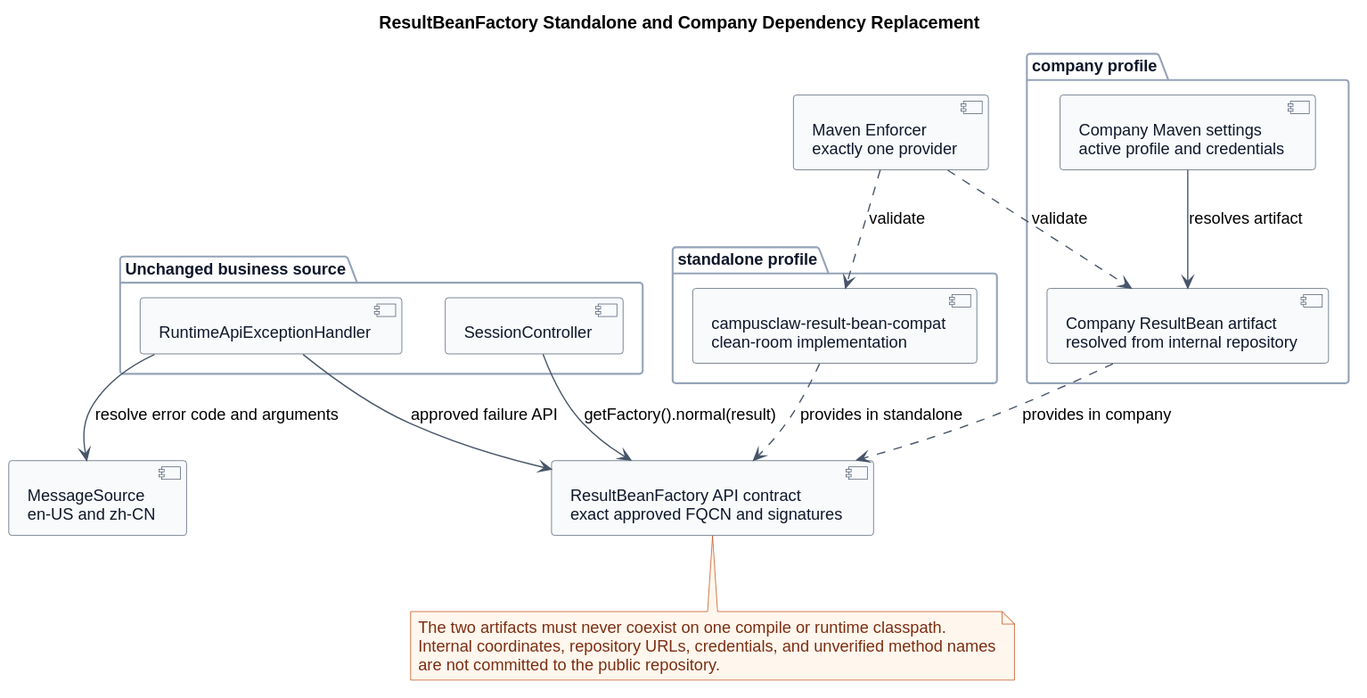
This is pi-mono-java-manager-driven-multi-agent-runtime/http_result_bean_compatibility.svg from ssm0808/pi-mono-java-design, a PlantUML export, as it was before one commit. The source it was exported from:
```plantuml
@startuml
title ResultBeanFactory Standalone and Company Dependency Replacement


skinparam backgroundColor #FFFFFF
skinparam shadowing false
skinparam defaultFontName Arial
skinparam defaultFontSize 13
skinparam component {
  BackgroundColor #F8FAFC
  BorderColor #475569
  FontColor #0F172A
}
skinparam package {
  BackgroundColor #FFFFFF
  BorderColor #94A3B8
  FontColor #0F172A
}
skinparam note {
  BackgroundColor #FFF7ED
  BorderColor #C2410C
  FontColor #7C2D12
}
skinparam ArrowColor #475569

package "Unchanged business source" {
  component "SessionController" as Controller
  component "RuntimeApiExceptionHandler" as Handler
}

component "ResultBeanFactory API contract\nexact approved FQCN and signatures" as Contract

package "standalone profile" {
  component "campusclaw-result-bean-compat\nclean-room implementation" as Standalone
}

package "company profile" {
  component "Company ResultBean artifact\nresolved from internal repository" as Company
  component "Company Maven settings\nactive profile and credentials" as Settings
}

component "MessageSource\nen-US and zh-CN" as Messages
component "Maven Enforcer\nexactly one provider" as Enforcer

Controller --> Contract : getFactory().normal(result)
Handler --> Contract : approved failure API
Handler --> Messages : resolve error code and arguments
Standalone ..> Contract : provides in standalone
Company ..> Contract : provides in company
Settings --> Company : resolves artifact
Enforcer ..> Standalone : validate
Enforcer ..> Company : validate

note bottom of Contract
The two artifacts must never coexist on one compile or runtime classpath.
Internal coordinates, repository URLs, credentials, and unverified method names
are not committed to the public repository.
end note
@enduml
```
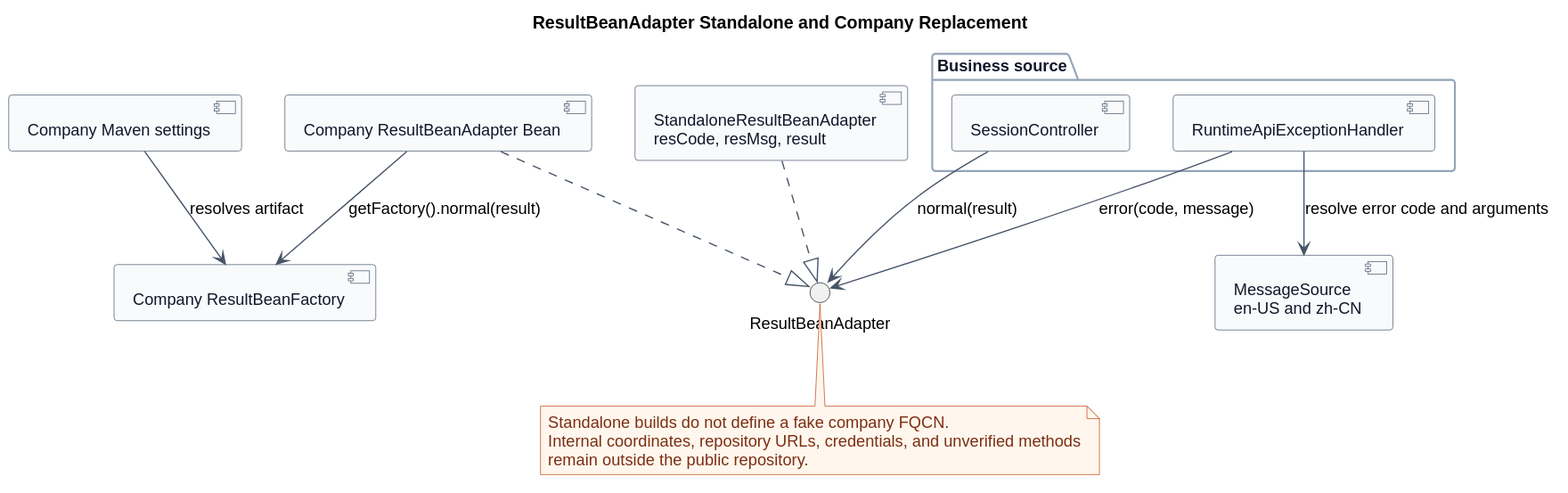
Above is the later version.

Diff of the diagram source:
```diff
@@ -1,5 +1,5 @@
 @startuml
-title ResultBeanFactory Standalone and Company Dependency Replacement
+title ResultBeanAdapter Standalone and Company Replacement
 
 
 skinparam backgroundColor #FFFFFF
@@ -23,37 +23,30 @@
 }
 skinparam ArrowColor #475569
 
-package "Unchanged business source" {
+package "Business source" {
   component "SessionController" as Controller
   component "RuntimeApiExceptionHandler" as Handler
 }
 
-component "ResultBeanFactory API contract\nexact approved FQCN and signatures" as Contract
-
-package "standalone profile" {
-  component "campusclaw-result-bean-compat\nclean-room implementation" as Standalone
-}
-
-package "company profile" {
-  component "Company ResultBean artifact\nresolved from internal repository" as Company
-  component "Company Maven settings\nactive profile and credentials" as Settings
-}
+interface "ResultBeanAdapter" as Contract
+component "StandaloneResultBeanAdapter\nresCode, resMsg, result" as Standalone
+component "Company ResultBeanAdapter Bean" as CompanyAdapter
+component "Company ResultBeanFactory" as Company
+component "Company Maven settings" as Settings
 
 component "MessageSource\nen-US and zh-CN" as Messages
-component "Maven Enforcer\nexactly one provider" as Enforcer
 
-Controller --> Contract : getFactory().normal(result)
-Handler --> Contract : approved failure API
+Controller --> Contract : normal(result)
+Handler --> Contract : error(code, message)
 Handler --> Messages : resolve error code and arguments
-Standalone ..> Contract : provides in standalone
-Company ..> Contract : provides in company
+Standalone ..|> Contract
+CompanyAdapter ..|> Contract
+CompanyAdapter --> Company : getFactory().normal(result)
 Settings --> Company : resolves artifact
-Enforcer ..> Standalone : validate
-Enforcer ..> Company : validate
 
 note bottom of Contract
-The two artifacts must never coexist on one compile or runtime classpath.
-Internal coordinates, repository URLs, credentials, and unverified method names
-are not committed to the public repository.
+Standalone builds do not define a fake company FQCN.
+Internal coordinates, repository URLs, credentials, and unverified methods
+remain outside the public repository.
 end note
 @enduml
```
